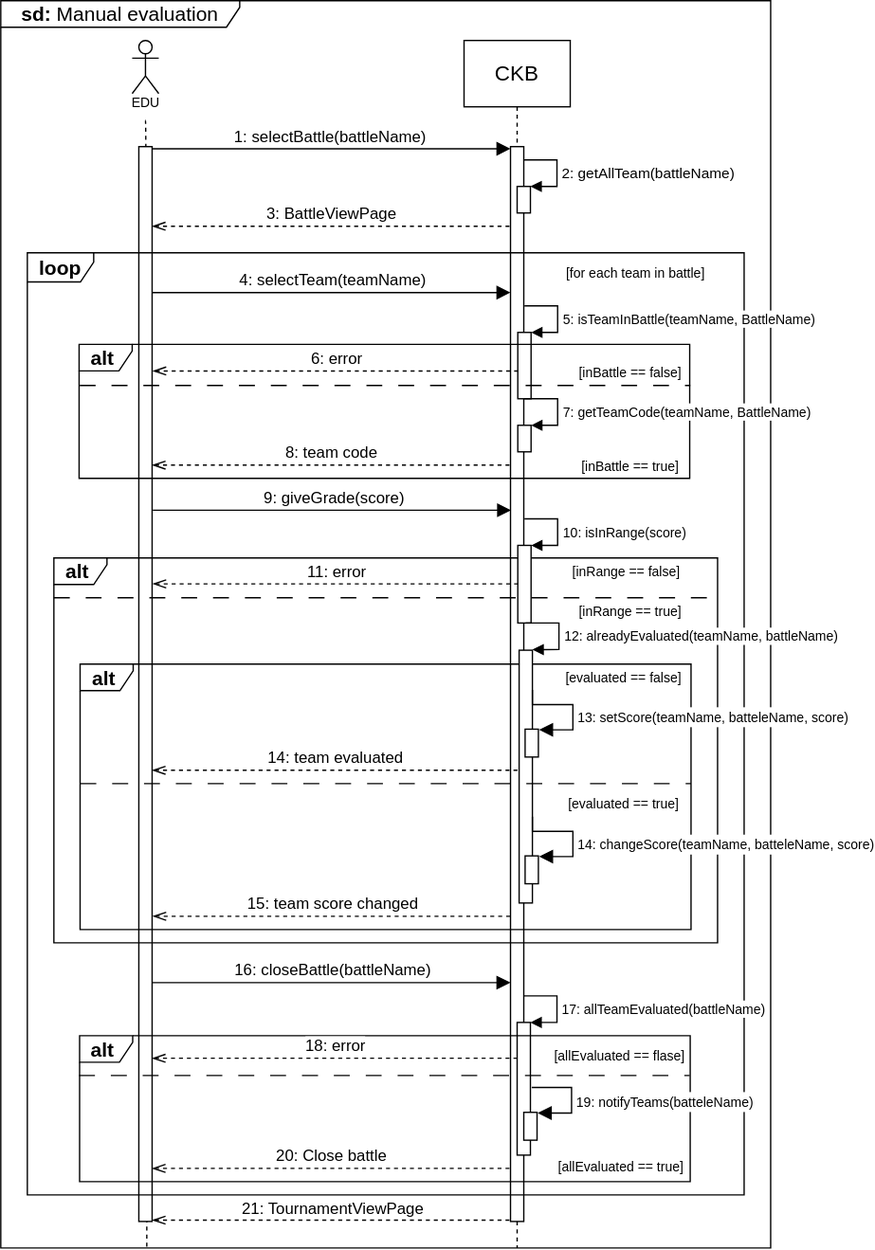
The draw.io diagram RASD/images/sequence_diagrams/.svg/Manual_Evaluation.svg in pontig/sw-eng-2-PasiniPontiggiaStasi, before a commit. Source tidied: cells renumbered, new cells last; positions are measured from the earlier drawing's top-left corner, leaving out a move shared by most shapes.
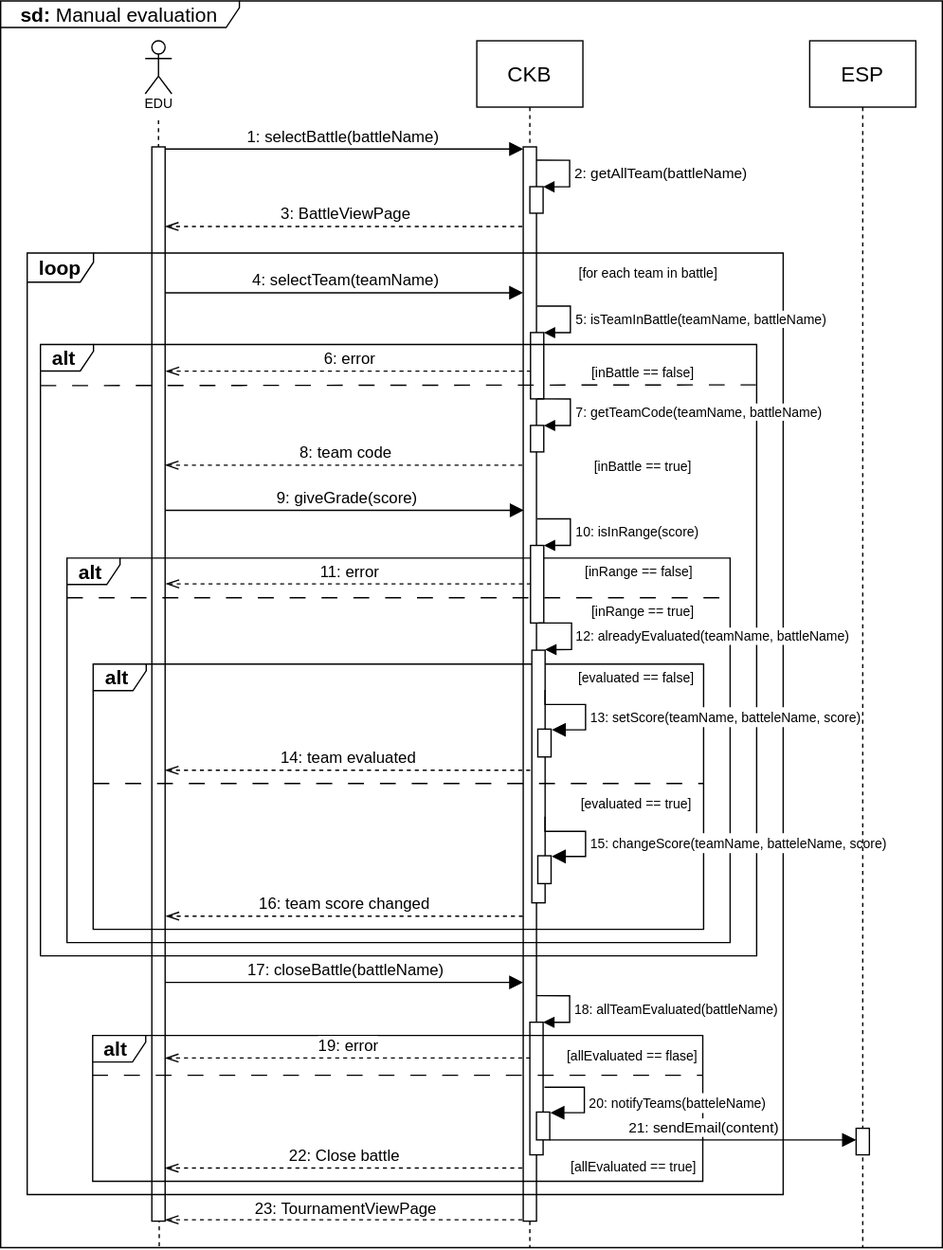
The same file after the commit.

What changed in the source:
```diff
@@ -14,7 +14,7 @@
     <mxCell id="5" value="&lt;font style=&quot;font-size: 10px;&quot;&gt;EDU&lt;/font&gt;" style="text;html=1;align=center;verticalAlign=middle;strokeColor=none;fillColor=none;fontSize=16;" parent="1" vertex="1">
       <mxGeometry x="89" y="60" width="40" height="30" as="geometry" />
     </mxCell>
-    <mxCell id="6" style="edgeStyle=elbowEdgeStyle;fontSize=12;html=1;endArrow=none;endFill=0;startArrow=none;startFill=0;endSize=6;startSize=6;rounded=0;curved=1;dashed=1;entryX=0.19;entryY=1.001;entryDx=0;entryDy=0;entryPerimeter=0;" parent="1" edge="1" target="10">
+    <mxCell id="6" style="edgeStyle=elbowEdgeStyle;fontSize=12;html=1;endArrow=none;endFill=0;startArrow=none;startFill=0;endSize=6;startSize=6;rounded=0;curved=1;dashed=1;entryX=0.168;entryY=1;entryDx=0;entryDy=0;entryPerimeter=0;" parent="1" edge="1" target="10">
       <mxGeometry relative="1" as="geometry">
         <mxPoint x="109" y="90" as="sourcePoint" />
       </mxGeometry>
@@ -29,7 +29,7 @@
       <mxGeometry x="413" y="180" width="130" height="50" as="geometry" />
     </mxCell>
     <mxCell id="10" value="&lt;font style=&quot;font-size: 15px;&quot;&gt;&lt;b&gt;sd:&lt;/b&gt;&amp;nbsp;Manual evaluation&lt;/font&gt;" style="shape=umlFrame;whiteSpace=wrap;html=1;fontSize=16;width=180;height=20;" parent="1" vertex="1">
-      <mxGeometry width="580" height="940" as="geometry" />
+      <mxGeometry x="-10" width="710" height="940" as="geometry" />
     </mxCell>
     <mxCell id="11" value="3: BattleViewPage" style="html=1;verticalAlign=bottom;endArrow=none;curved=0;rounded=0;fontSize=12;startSize=8;endSize=8;dashed=1;startArrow=openThin;startFill=0;endFill=0;" parent="1" edge="1" source="13" target="3">
       <mxGeometry relative="1" as="geometry">
@@ -65,12 +65,12 @@
       </mxGeometry>
     </mxCell>
     <mxCell id="17" value="&lt;font style=&quot;font-size: 15px;&quot;&gt;&lt;b&gt;loop&lt;/b&gt;&lt;/font&gt;" style="shape=umlFrame;whiteSpace=wrap;html=1;fontSize=16;width=50;height=22;" parent="1" vertex="1">
-      <mxGeometry x="20" y="190" width="540" height="710" as="geometry" />
+      <mxGeometry x="10" y="190" width="570" height="710" as="geometry" />
     </mxCell>
     <mxCell id="18" style="html=1;points=[[0,0,0,0,5],[0,1,0,0,-5],[1,0,0,0,5],[1,1,0,0,-5]];perimeter=orthogonalPerimeter;outlineConnect=0;targetShapes=umlLifeline;portConstraint=eastwest;newEdgeStyle={&quot;curved&quot;:0,&quot;rounded&quot;:0};" parent="1" vertex="1">
       <mxGeometry x="389.5" y="250" width="10" height="50" as="geometry" />
     </mxCell>
-    <mxCell id="19" value="&lt;font style=&quot;font-size: 10px;&quot;&gt;5: isTeamInBattle(teamName, BattleName)&lt;/font&gt;" style="html=1;align=left;spacingLeft=2;endArrow=block;rounded=0;edgeStyle=orthogonalEdgeStyle;curved=0;rounded=0;" parent="1" edge="1" target="18">
+    <mxCell id="19" value="&lt;font style=&quot;font-size: 10px;&quot;&gt;5: isTeamInBattle(teamName, battleName)&lt;/font&gt;" style="html=1;align=left;spacingLeft=2;endArrow=block;rounded=0;edgeStyle=orthogonalEdgeStyle;curved=0;rounded=0;" parent="1" edge="1" target="18">
       <mxGeometry x="0.08" relative="1" as="geometry">
         <mxPoint x="394.5" y="230" as="sourcePoint" />
         <Array as="points">
@@ -85,7 +85,7 @@
         <mxPoint x="389.5" y="439.5" as="targetPoint" />
       </mxGeometry>
     </mxCell>
-    <mxCell id="21" value="15: team score changed" style="html=1;verticalAlign=bottom;endArrow=none;curved=0;rounded=0;fontSize=12;startSize=8;endSize=8;startArrow=openThin;startFill=0;endFill=0;dashed=1;" parent="1" edge="1" target="3">
+    <mxCell id="21" value="16: team score changed" style="html=1;verticalAlign=bottom;endArrow=none;curved=0;rounded=0;fontSize=12;startSize=8;endSize=8;startArrow=openThin;startFill=0;endFill=0;dashed=1;" parent="1" edge="1" target="3">
       <mxGeometry relative="1" as="geometry">
         <mxPoint x="114.5" y="690" as="sourcePoint" />
       </mxGeometry>
@@ -137,12 +137,12 @@
       </mxGeometry>
     </mxCell>
     <mxCell id="30" value="&lt;font style=&quot;font-size: 15px;&quot;&gt;&lt;b&gt;alt&amp;nbsp;&lt;/b&gt;&lt;/font&gt;" style="shape=umlFrame;whiteSpace=wrap;html=1;fontSize=16;width=40;height=20;" parent="1" vertex="1">
-      <mxGeometry x="59" y="259" width="460" height="101" as="geometry" />
+      <mxGeometry x="20" y="259" width="540" height="461" as="geometry" />
     </mxCell>
     <mxCell id="31" style="html=1;points=[[0,0,0,0,5],[0,1,0,0,-5],[1,0,0,0,5],[1,1,0,0,-5]];perimeter=orthogonalPerimeter;outlineConnect=0;targetShapes=umlLifeline;portConstraint=eastwest;newEdgeStyle={&quot;curved&quot;:0,&quot;rounded&quot;:0};" parent="1" vertex="1">
       <mxGeometry x="389.5" y="320" width="10" height="20" as="geometry" />
     </mxCell>
-    <mxCell id="32" value="&lt;font style=&quot;font-size: 10px;&quot;&gt;7: getTeamCode(teamName, BattleName)&lt;/font&gt;" style="html=1;align=left;spacingLeft=2;endArrow=block;rounded=0;edgeStyle=orthogonalEdgeStyle;curved=0;rounded=0;" parent="1" edge="1" target="31">
+    <mxCell id="32" value="&lt;font style=&quot;font-size: 10px;&quot;&gt;7: getTeamCode(teamName, battleName)&lt;/font&gt;" style="html=1;align=left;spacingLeft=2;endArrow=block;rounded=0;edgeStyle=orthogonalEdgeStyle;curved=0;rounded=0;" parent="1" edge="1" target="31">
       <mxGeometry x="0.08" relative="1" as="geometry">
         <mxPoint x="394.5" y="300" as="sourcePoint" />
         <Array as="points">
@@ -196,7 +196,7 @@
     <mxCell id="42" style="html=1;perimeter=orthogonalPerimeter;targetShapes=umlLifeline;newEdgeStyle={&quot;curved&quot;:0,&quot;rounded&quot;:0};fontSize=16;" parent="1" vertex="1">
       <mxGeometry x="395" y="644.5" width="10" height="21" as="geometry" />
     </mxCell>
-    <mxCell id="43" value="&lt;font style=&quot;font-size: 10px;&quot;&gt;14: changeScore(teamName, batteleName, score)&lt;/font&gt;" style="html=1;align=left;spacingLeft=2;endArrow=block;rounded=0;edgeStyle=orthogonalEdgeStyle;curved=0;rounded=0;fontSize=12;startSize=8;endSize=8;" parent="1" edge="1">
+    <mxCell id="43" value="&lt;font style=&quot;font-size: 10px;&quot;&gt;15: changeScore(teamName, batteleName, score)&lt;/font&gt;" style="html=1;align=left;spacingLeft=2;endArrow=block;rounded=0;edgeStyle=orthogonalEdgeStyle;curved=0;rounded=0;fontSize=12;startSize=8;endSize=8;" parent="1" edge="1">
       <mxGeometry x="0.19" relative="1" as="geometry">
         <mxPoint x="400.5" y="615" as="sourcePoint" />
         <mxPoint x="405.5" y="645" as="targetPoint" />
@@ -207,7 +207,7 @@
         </Array>
       </mxGeometry>
     </mxCell>
-    <mxCell id="44" value="16: closeBattle(battleName)" style="html=1;verticalAlign=bottom;endArrow=block;curved=0;rounded=0;fontSize=12;startSize=8;endSize=8;exitX=0.563;exitY=0.002;exitDx=0;exitDy=0;exitPerimeter=0;" parent="1" edge="1">
+    <mxCell id="44" value="17: closeBattle(battleName)" style="html=1;verticalAlign=bottom;endArrow=block;curved=0;rounded=0;fontSize=12;startSize=8;endSize=8;exitX=0.563;exitY=0.002;exitDx=0;exitDy=0;exitPerimeter=0;" parent="1" edge="1">
       <mxGeometry x="0.01" relative="1" as="geometry">
         <mxPoint x="114" y="740" as="sourcePoint" />
         <mxPoint x="384" y="740" as="targetPoint" />
@@ -216,7 +216,7 @@
     <mxCell id="45" style="html=1;perimeter=orthogonalPerimeter;targetShapes=umlLifeline;newEdgeStyle={&quot;curved&quot;:0,&quot;rounded&quot;:0};" parent="1" vertex="1">
       <mxGeometry x="389" y="770" width="10" height="100" as="geometry" />
     </mxCell>
-    <mxCell id="46" value="&lt;font style=&quot;font-size: 10px;&quot;&gt;17: allTeamEvaluated(battleName)&lt;/font&gt;" style="html=1;align=left;spacingLeft=2;endArrow=block;rounded=0;edgeStyle=orthogonalEdgeStyle;curved=0;rounded=0;" parent="1" edge="1">
+    <mxCell id="46" value="&lt;font style=&quot;font-size: 10px;&quot;&gt;18: allTeamEvaluated(battleName)&lt;/font&gt;" style="html=1;align=left;spacingLeft=2;endArrow=block;rounded=0;edgeStyle=orthogonalEdgeStyle;curved=0;rounded=0;" parent="1" edge="1">
       <mxGeometry x="0.08" relative="1" as="geometry">
         <mxPoint x="394" y="750" as="sourcePoint" />
         <mxPoint x="399" y="770" as="targetPoint" />
@@ -229,7 +229,7 @@
     <mxCell id="47" value="&lt;font style=&quot;font-size: 15px;&quot;&gt;&lt;b&gt;alt&amp;nbsp;&lt;/b&gt;&lt;/font&gt;" style="shape=umlFrame;whiteSpace=wrap;html=1;fontSize=16;width=40;height=20;" parent="1" vertex="1">
       <mxGeometry x="59.4" y="780" width="460" height="110" as="geometry" />
     </mxCell>
-    <mxCell id="48" value="18: error" style="html=1;verticalAlign=bottom;endArrow=none;curved=0;rounded=0;fontSize=12;startSize=8;endSize=8;startArrow=openThin;startFill=0;endFill=0;dashed=1;" parent="1" edge="1">
+    <mxCell id="48" value="19: error" style="html=1;verticalAlign=bottom;endArrow=none;curved=0;rounded=0;fontSize=12;startSize=8;endSize=8;startArrow=openThin;startFill=0;endFill=0;dashed=1;" parent="1" edge="1">
       <mxGeometry relative="1" as="geometry">
         <mxPoint x="114" y="797" as="sourcePoint" />
         <mxPoint x="389" y="797" as="targetPoint" />
@@ -238,7 +238,7 @@
     <mxCell id="49" value="&lt;p style=&quot;font-size: 10px;&quot;&gt;&lt;font style=&quot;border-color: var(--border-color);&quot;&gt;[allEvaluated&amp;nbsp;&lt;/font&gt;&lt;font style=&quot;border-color: var(--border-color);&quot;&gt;== flase&lt;/font&gt;&lt;font style=&quot;border-color: var(--border-color);&quot;&gt;]&lt;/font&gt;&lt;br&gt;&lt;/p&gt;" style="text;html=1;align=center;verticalAlign=middle;strokeColor=none;fillColor=none;fontSize=16;" parent="1" vertex="1">
       <mxGeometry x="405.5" y="770" width="120" height="50" as="geometry" />
     </mxCell>
-    <mxCell id="50" value="20: Close battle" style="html=1;verticalAlign=bottom;endArrow=none;curved=0;rounded=0;fontSize=12;startSize=8;endSize=8;startArrow=openThin;startFill=0;endFill=0;dashed=1;" parent="1" edge="1">
+    <mxCell id="50" value="22: Close battle" style="html=1;verticalAlign=bottom;endArrow=none;curved=0;rounded=0;fontSize=12;startSize=8;endSize=8;startArrow=openThin;startFill=0;endFill=0;dashed=1;" parent="1" edge="1">
       <mxGeometry relative="1" as="geometry">
         <mxPoint x="114" y="880" as="sourcePoint" />
         <mxPoint x="383.5" y="880" as="targetPoint" />
@@ -247,7 +247,7 @@
     <mxCell id="51" style="html=1;perimeter=orthogonalPerimeter;targetShapes=umlLifeline;newEdgeStyle={&quot;curved&quot;:0,&quot;rounded&quot;:0};fontSize=16;" parent="1" vertex="1">
       <mxGeometry x="394" y="837.8" width="10" height="21" as="geometry" />
     </mxCell>
-    <mxCell id="52" value="&lt;font style=&quot;font-size: 10px;&quot;&gt;19: notifyTeams(batteleName)&lt;/font&gt;" style="html=1;align=left;spacingLeft=2;endArrow=block;rounded=0;edgeStyle=orthogonalEdgeStyle;curved=0;rounded=0;fontSize=12;startSize=8;endSize=8;" parent="1" edge="1">
+    <mxCell id="52" value="&lt;font style=&quot;font-size: 10px;&quot;&gt;20: notifyTeams(batteleName)&lt;/font&gt;" style="html=1;align=left;spacingLeft=2;endArrow=block;rounded=0;edgeStyle=orthogonalEdgeStyle;curved=0;rounded=0;fontSize=12;startSize=8;endSize=8;" parent="1" edge="1">
       <mxGeometry x="0.1" relative="1" as="geometry">
         <mxPoint x="400" y="819" as="sourcePoint" />
         <mxPoint x="404.5" y="838.2" as="targetPoint" />
@@ -258,7 +258,7 @@
         </Array>
       </mxGeometry>
     </mxCell>
-    <mxCell id="53" value="21: TournamentViewPage" style="html=1;verticalAlign=bottom;endArrow=none;curved=0;rounded=0;fontSize=12;startSize=8;endSize=8;startArrow=openThin;startFill=0;endFill=0;dashed=1;" parent="1" edge="1">
+    <mxCell id="53" value="23: TournamentViewPage" style="html=1;verticalAlign=bottom;endArrow=none;curved=0;rounded=0;fontSize=12;startSize=8;endSize=8;startArrow=openThin;startFill=0;endFill=0;dashed=1;" parent="1" edge="1">
       <mxGeometry x="0.01" y="-1" relative="1" as="geometry">
         <mxPoint x="114" y="919" as="sourcePoint" />
         <mxPoint x="383.5" y="919" as="targetPoint" />
@@ -279,10 +279,9 @@
         <mxPoint x="520" y="590" as="targetPoint" />
       </mxGeometry>
     </mxCell>
-    <mxCell id="57" style="endArrow=none;html=1;rounded=0;fontSize=12;startSize=8;endSize=8;curved=1;dashed=1;dashPattern=12 12;" parent="1" edge="1">
+    <mxCell id="57" style="endArrow=none;html=1;rounded=0;fontSize=12;startSize=8;endSize=8;curved=1;dashed=1;dashPattern=12 12;entryX=0.999;entryY=0.066;entryDx=0;entryDy=0;entryPerimeter=0;" parent="1" edge="1" target="30">
       <mxGeometry relative="1" as="geometry">
-        <mxPoint x="59.5" y="290" as="sourcePoint" />
-        <mxPoint x="519.5" y="290" as="targetPoint" />
+        <mxPoint x="20" y="290" as="sourcePoint" />
       </mxGeometry>
     </mxCell>
     <mxCell id="58" style="endArrow=none;html=1;rounded=0;fontSize=12;startSize=8;endSize=8;curved=1;dashed=1;dashPattern=12 12;" parent="1" edge="1">
@@ -291,5 +290,17 @@
         <mxPoint x="540" y="450" as="targetPoint" />
       </mxGeometry>
     </mxCell>
+    <mxCell id="59" value="ESP" style="shape=umlLifeline;perimeter=lifelinePerimeter;whiteSpace=wrap;html=1;newEdgeStyle={&quot;edgeStyle&quot;:&quot;elbowEdgeStyle&quot;,&quot;elbow&quot;:&quot;vertical&quot;,&quot;curved&quot;:0,&quot;rounded&quot;:0};fontSize=16;size=50;" parent="1" vertex="1">
+      <mxGeometry x="600" y="30" width="80" height="910" as="geometry" />
+    </mxCell>
+    <mxCell id="60" style="html=1;perimeter=orthogonalPerimeter;targetShapes=umlLifeline;newEdgeStyle={&quot;curved&quot;:0,&quot;rounded&quot;:0};fontSize=16;" parent="59" vertex="1">
+      <mxGeometry x="35" y="820" width="10" height="20" as="geometry" />
+    </mxCell>
+    <mxCell id="61" value="&lt;font style=&quot;font-size: 11px;&quot;&gt;21: sendEmail(content)&lt;/font&gt;" style="html=1;verticalAlign=bottom;endArrow=block;curved=0;rounded=0;fontSize=12;startSize=8;endSize=8;" parent="1" edge="1">
+      <mxGeometry x="0.01" relative="1" as="geometry">
+        <mxPoint x="404" y="858.8" as="sourcePoint" />
+        <mxPoint x="635" y="858.8" as="targetPoint" />
+      </mxGeometry>
+    </mxCell>
   </root>
 </mxGraphModel>
```
